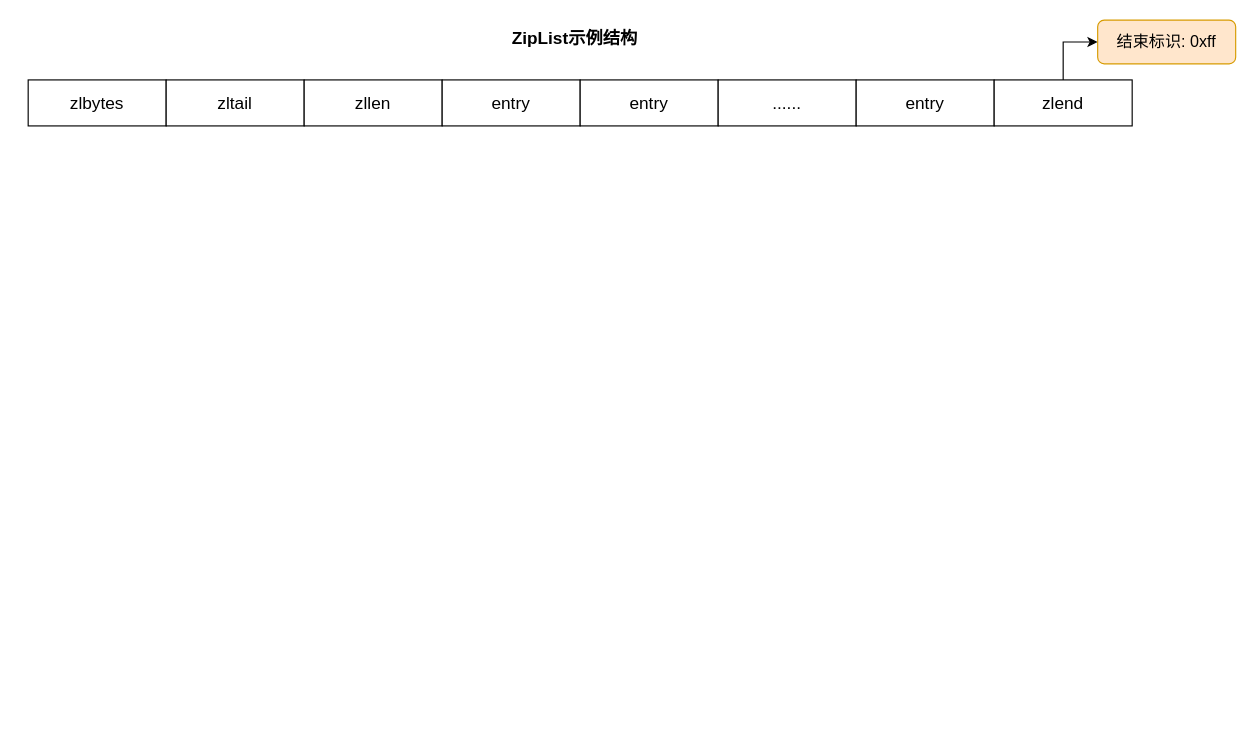
Before: Redis-ZipList.drawio in XuYi-fei/draw.io.sync, a draw.io diagram. Source tidied: cells renumbered, new cells numbered last; positions are measured from the earlier drawing's top-left corner, leaving out a move shared by most shapes. Both pictures are drawn from the tidied source at 115%, with x=0, y=0 at pixel (28, 20).
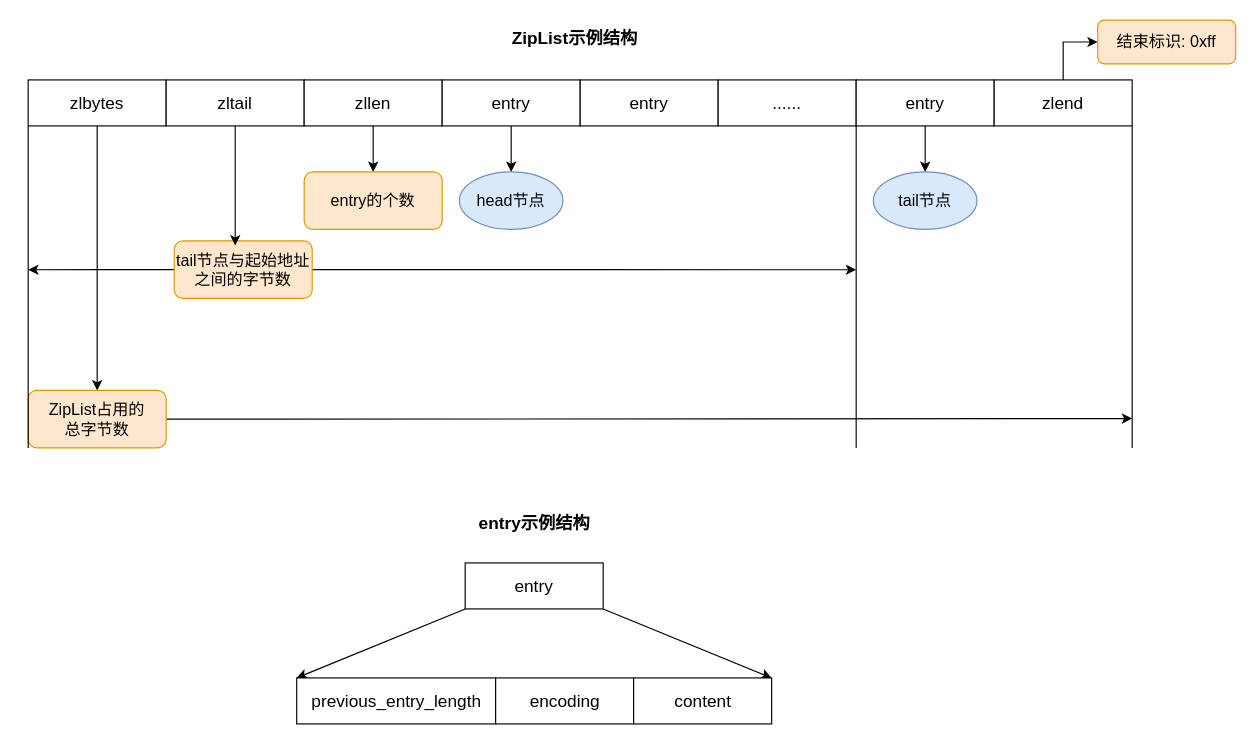
The same page after the edit.

The change refers to these unchanged cells:
```xml
<mxCell id="2" value="zlbytes" style="rounded=0;whiteSpace=wrap;html=1;fontSize=15;" parent="1" vertex="1">
  <mxGeometry y="52" width="120" height="40" as="geometry" />
</mxCell>
<mxCell id="3" value="zltail" style="rounded=0;whiteSpace=wrap;html=1;fontSize=15;" parent="1" vertex="1">
  <mxGeometry x="120" y="52" width="120" height="40" as="geometry" />
</mxCell>
<mxCell id="4" value="zllen" style="rounded=0;whiteSpace=wrap;html=1;fontSize=15;" parent="1" vertex="1">
  <mxGeometry x="240" y="52" width="120" height="40" as="geometry" />
</mxCell>
<mxCell id="5" value="entry" style="rounded=0;whiteSpace=wrap;html=1;fontSize=15;" parent="1" vertex="1">
  <mxGeometry x="360" y="52" width="120" height="40" as="geometry" />
</mxCell>
<mxCell id="8" value="entry" style="rounded=0;whiteSpace=wrap;html=1;fontSize=15;" parent="1" vertex="1">
  <mxGeometry x="720" y="52" width="120" height="40" as="geometry" />
</mxCell>
```

The edit, as a diff of the source:
```diff
@@
+    <mxCell id="13" style="edgeStyle=orthogonalEdgeStyle;rounded=0;jettySize=auto;html=1;exitX=0.5;exitY=1;exitDx=0;exitDy=0;entryX=0.5;entryY=0;entryDx=0;entryDy=0;" parent="1" edge="1" source="2" target="20">
+      <mxGeometry relative="1" as="geometry" />
+    </mxCell>
@@
+    <mxCell id="14" style="edgeStyle=orthogonalEdgeStyle;rounded=0;jettySize=auto;html=1;exitX=0.5;exitY=1;exitDx=0;exitDy=0;entryX=0.5;entryY=0;entryDx=0;entryDy=0;" parent="1" edge="1" source="4" target="28">
+      <mxGeometry relative="1" as="geometry" />
+    </mxCell>
@@
+    <mxCell id="15" style="edgeStyle=orthogonalEdgeStyle;rounded=0;jettySize=auto;html=1;exitX=0.5;exitY=1;exitDx=0;exitDy=0;" parent="1" edge="1" source="5" target="17">
+      <mxGeometry relative="1" as="geometry" />
+    </mxCell>
@@
+    <mxCell id="16" style="edgeStyle=orthogonalEdgeStyle;rounded=0;jettySize=auto;html=1;exitX=0.5;exitY=1;exitDx=0;exitDy=0;entryX=0.5;entryY=0;entryDx=0;entryDy=0;" parent="1" edge="1" source="8" target="18">
+      <mxGeometry relative="1" as="geometry" />
+    </mxCell>
@@
+    <mxCell id="17" value="head节点" style="ellipse;whiteSpace=wrap;html=1;fontSize=14;fillColor=#dae8fc;strokeColor=#6c8ebf;" parent="1" vertex="1">
+      <mxGeometry x="375" y="132" width="90" height="50" as="geometry" />
+    </mxCell>
+    <mxCell id="18" value="tail节点" style="ellipse;whiteSpace=wrap;html=1;fontSize=14;fillColor=#dae8fc;strokeColor=#6c8ebf;" parent="1" vertex="1">
+      <mxGeometry x="735" y="132" width="90" height="50" as="geometry" />
+    </mxCell>
+    <mxCell id="19" style="edgeStyle=orthogonalEdgeStyle;rounded=0;jettySize=auto;html=1;exitX=1;exitY=0.5;exitDx=0;exitDy=0;" parent="1" edge="1" source="20">
+      <mxGeometry relative="1" as="geometry">
+        <mxPoint x="960" y="346.5" as="targetPoint" />
+      </mxGeometry>
+    </mxCell>
+    <mxCell id="20" value="ZipList占用的&lt;div style=&quot;font-size: 14px;&quot;&gt;总字节数&lt;/div&gt;" style="rounded=1;whiteSpace=wrap;html=1;fontSize=14;fillColor=#ffe6cc;strokeColor=#d79b00;" parent="1" vertex="1">
+      <mxGeometry y="322" width="120" height="50" as="geometry" />
+    </mxCell>
+    <mxCell id="21" style="edgeStyle=orthogonalEdgeStyle;rounded=0;jettySize=auto;html=1;exitX=0;exitY=0.5;exitDx=0;exitDy=0;" parent="1" edge="1" source="23">
+      <mxGeometry relative="1" as="geometry">
+        <mxPoint y="217.1" as="targetPoint" />
+      </mxGeometry>
+    </mxCell>
+    <mxCell id="22" style="edgeStyle=orthogonalEdgeStyle;rounded=0;jettySize=auto;html=1;exitX=1;exitY=0.5;exitDx=0;exitDy=0;" parent="1" edge="1" source="23">
+      <mxGeometry relative="1" as="geometry">
+        <mxPoint x="720" y="217.1" as="targetPoint" />
+      </mxGeometry>
+    </mxCell>
+    <mxCell id="23" value="tail节点与起始地址之间的字节数" style="rounded=1;whiteSpace=wrap;html=1;fontSize=14;fillColor=#ffe6cc;strokeColor=#d79b00;" parent="1" vertex="1">
+      <mxGeometry x="127" y="192" width="120" height="50" as="geometry" />
+    </mxCell>
+    <mxCell id="24" style="endArrow=none;html=1;rounded=0;entryX=0;entryY=1;entryDx=0;entryDy=0;" parent="1" edge="1" target="2">
+      <mxGeometry relative="1" as="geometry">
+        <mxPoint y="372" as="sourcePoint" />
+      </mxGeometry>
+    </mxCell>
+    <mxCell id="25" style="endArrow=none;html=1;rounded=0;entryX=0;entryY=1;entryDx=0;entryDy=0;" parent="1" edge="1">
+      <mxGeometry relative="1" as="geometry">
+        <mxPoint x="960" y="372" as="sourcePoint" />
+        <mxPoint x="960" y="92" as="targetPoint" />
+      </mxGeometry>
+    </mxCell>
+    <mxCell id="26" style="endArrow=none;html=1;rounded=0;entryX=0;entryY=1;entryDx=0;entryDy=0;" parent="1" edge="1">
+      <mxGeometry relative="1" as="geometry">
+        <mxPoint x="720" y="372" as="sourcePoint" />
+        <mxPoint x="720" y="92" as="targetPoint" />
+      </mxGeometry>
+    </mxCell>
+    <mxCell id="27" style="edgeStyle=orthogonalEdgeStyle;rounded=0;jettySize=auto;html=1;exitX=0.5;exitY=1;exitDx=0;exitDy=0;entryX=0.442;entryY=0.079;entryDx=0;entryDy=0;entryPerimeter=0;" parent="1" edge="1" source="3" target="23">
+      <mxGeometry relative="1" as="geometry" />
+    </mxCell>
+    <mxCell id="28" value="entry的个数" style="rounded=1;whiteSpace=wrap;html=1;fontSize=14;fillColor=#ffe6cc;strokeColor=#d79b00;" parent="1" vertex="1">
+      <mxGeometry x="240" y="132" width="120" height="50" as="geometry" />
+    </mxCell>
+    <mxCell id="29" style="rounded=0;jettySize=auto;html=1;exitX=0;exitY=1;exitDx=0;exitDy=0;entryX=0;entryY=0;entryDx=0;entryDy=0;" parent="1" edge="1" source="31" target="32">
+      <mxGeometry relative="1" as="geometry" />
+    </mxCell>
+    <mxCell id="30" style="rounded=0;jettySize=auto;html=1;exitX=1;exitY=1;exitDx=0;exitDy=0;entryX=1;entryY=0;entryDx=0;entryDy=0;" parent="1" edge="1" source="31" target="34">
+      <mxGeometry relative="1" as="geometry" />
+    </mxCell>
+    <mxCell id="31" value="entry" style="rounded=0;whiteSpace=wrap;html=1;fontSize=15;" parent="1" vertex="1">
+      <mxGeometry x="380" y="472" width="120" height="40" as="geometry" />
+    </mxCell>
+    <mxCell id="32" value="previous_entry_length" style="rounded=0;whiteSpace=wrap;html=1;fontSize=15;" parent="1" vertex="1">
+      <mxGeometry x="233.5" y="572" width="173" height="40" as="geometry" />
+    </mxCell>
+    <mxCell id="33" value="encoding" style="rounded=0;whiteSpace=wrap;html=1;fontSize=15;" parent="1" vertex="1">
+      <mxGeometry x="406.5" y="572" width="120" height="40" as="geometry" />
+    </mxCell>
+    <mxCell id="34" value="content" style="rounded=0;whiteSpace=wrap;html=1;fontSize=15;" parent="1" vertex="1">
+      <mxGeometry x="526.5" y="572" width="120" height="40" as="geometry" />
+    </mxCell>
+    <mxCell id="35" value="entry示例结构" style="text;html=1;align=center;verticalAlign=middle;strokeColor=none;fillColor=none;fontStyle=1;fontSize=15;" parent="1" vertex="1">
+      <mxGeometry x="380" y="422" width="120" height="30" as="geometry" />
+    </mxCell>
```
